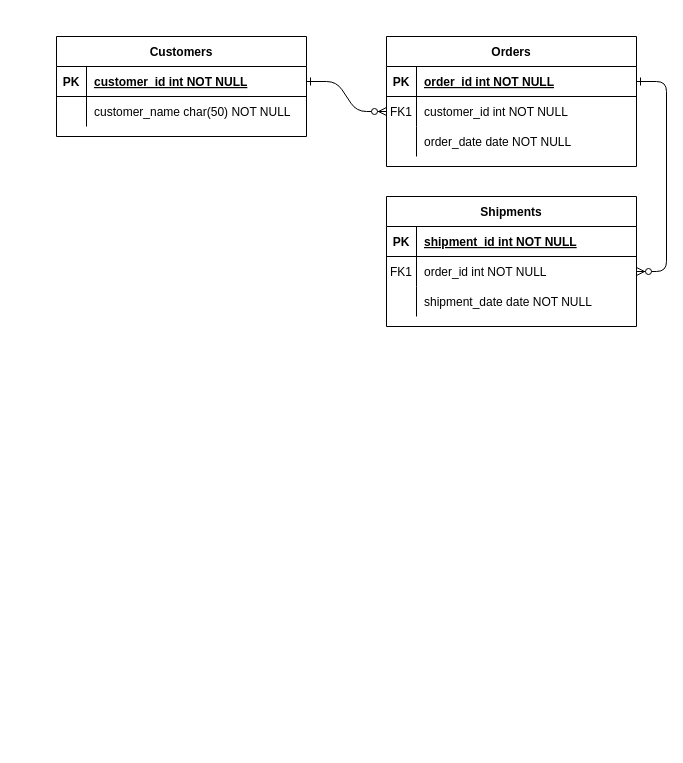
Above: page "Page-1" (1 of 2) of Untitled Diagram.drawio in Emma664/World-population (draw.io), before the change. Source tidied: cells renumbered, new cells numbered last; positions are measured from the earlier drawing's top-left corner, leaving out a move shared by most shapes. Both pictures are drawn from the tidied source at 100%, with x=0, y=0 at pixel (56, 36).
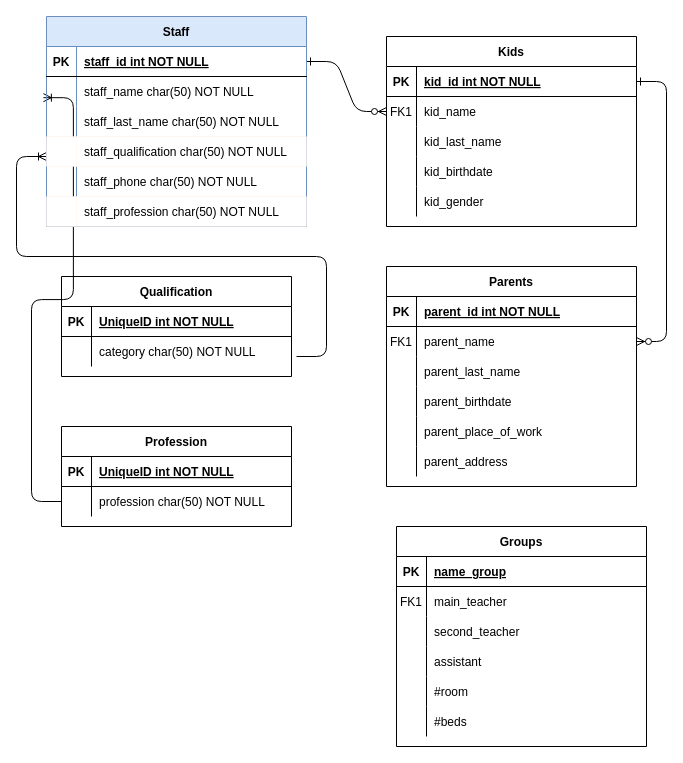
The same page after the edit.

The change refers to these unchanged cells:
```xml
<mxCell id="5" style="shape=partialRectangle;fillColor=none;points=[[0,0.5],[1,0.5]];portConstraint=eastwest;top=0;left=0;right=0;bottom=1;" parent="4" vertex="1">
  <mxGeometry y="30" width="250" height="30" as="geometry" />
</mxCell>
<mxCell id="8" style="shape=partialRectangle;fillColor=none;points=[[0,0.5],[1,0.5]];portConstraint=eastwest;top=0;left=0;right=0;bottom=0;" parent="4" vertex="1">
  <mxGeometry y="60" width="250" height="30" as="geometry" />
</mxCell>
<mxCell id="11" style="shape=partialRectangle;fillColor=none;top=0;left=0;right=0;bottom=0;" parent="4" vertex="1">
  <mxGeometry y="90" width="250" height="30" as="geometry" />
</mxCell>
<mxCell id="15" style="shape=partialRectangle;fillColor=none;top=0;left=0;right=0;bottom=1;" parent="14" vertex="1">
  <mxGeometry y="30" width="250" height="30" as="geometry" />
</mxCell>
<mxCell id="18" style="shape=partialRectangle;fillColor=none;points=[[0,0.5],[1,0.5]];portConstraint=eastwest;top=0;left=0;right=0;bottom=0;" parent="14" vertex="1">
  <mxGeometry y="60" width="250" height="30" as="geometry" />
</mxCell>
<mxCell id="21" style="shape=partialRectangle;fillColor=none;top=0;left=0;right=0;bottom=0;" parent="14" vertex="1">
  <mxGeometry y="90" width="250" height="30" as="geometry" />
</mxCell>
```

What changed in the source:
```diff
@@
-    <mxCell id="4" value="Orders" style="shape=table;startSize=30;childLayout=tableLayout;rowLines=0;fontStyle=1;align=center;" parent="1" vertex="1">
-      <mxGeometry x="330" width="250" height="130" as="geometry" />
+    <mxCell id="4" value="Kids" style="shape=table;startSize=30;childLayout=tableLayout;rowLines=0;fontStyle=1;align=center;" parent="1" vertex="1">
+      <mxGeometry x="330" width="250" height="190" as="geometry" />
     </mxCell>
@@
-    <mxCell id="7" value="order_id int NOT NULL " style="shape=partialRectangle;overflow=hidden;fillColor=none;top=0;left=0;bottom=0;right=0;align=left;spacingLeft=6;fontStyle=5;" parent="5" vertex="1">
+    <mxCell id="7" value="kid_id int NOT NULL " style="shape=partialRectangle;overflow=hidden;fillColor=none;top=0;left=0;bottom=0;right=0;align=left;spacingLeft=6;fontStyle=5;" parent="5" vertex="1">
       <mxGeometry x="30" width="220" height="30" as="geometry" />
     </mxCell>
@@
-    <mxCell id="10" value="customer_id int NOT NULL" style="shape=partialRectangle;overflow=hidden;fillColor=none;top=0;left=0;bottom=0;right=0;align=left;spacingLeft=6;" parent="8" vertex="1">
+    <mxCell id="10" value="kid_name" style="shape=partialRectangle;overflow=hidden;fillColor=none;top=0;left=0;bottom=0;right=0;align=left;spacingLeft=6;" parent="8" vertex="1">
       <mxGeometry x="30" width="220" height="30" as="geometry" />
     </mxCell>
@@
-    <mxCell id="13" value="order_date date NOT NULL" style="shape=partialRectangle;overflow=hidden;fillColor=none;top=0;left=0;bottom=0;right=0;align=left;spacingLeft=6;" parent="11" vertex="1">
+    <mxCell id="13" value="kid_last_name" style="shape=partialRectangle;overflow=hidden;fillColor=none;top=0;left=0;bottom=0;right=0;align=left;spacingLeft=6;" parent="11" vertex="1">
       <mxGeometry x="30" width="220" height="30" as="geometry" />
     </mxCell>
+    <mxCell id="31" style="shape=partialRectangle;fillColor=none;top=0;left=0;right=0;bottom=0;" parent="4" vertex="1">
+      <mxGeometry y="120" width="250" height="30" as="geometry" />
+    </mxCell>
+    <mxCell id="32" style="shape=partialRectangle;overflow=hidden;fillColor=none;top=0;left=0;bottom=0;right=0;" parent="31" vertex="1">
+      <mxGeometry width="30" height="30" as="geometry" />
+    </mxCell>
+    <mxCell id="33" value="kid_birthdate" style="shape=partialRectangle;overflow=hidden;fillColor=none;top=0;left=0;bottom=0;right=0;align=left;spacingLeft=6;" parent="31" vertex="1">
+      <mxGeometry x="30" width="220" height="30" as="geometry" />
+    </mxCell>
+    <mxCell id="34" style="shape=partialRectangle;fillColor=none;top=0;left=0;right=0;bottom=0;" parent="4" vertex="1">
+      <mxGeometry y="150" width="250" height="30" as="geometry" />
+    </mxCell>
+    <mxCell id="35" style="shape=partialRectangle;overflow=hidden;fillColor=none;top=0;left=0;bottom=0;right=0;" parent="34" vertex="1">
+      <mxGeometry width="30" height="30" as="geometry" />
+    </mxCell>
+    <mxCell id="36" value="kid_gender" style="shape=partialRectangle;overflow=hidden;fillColor=none;top=0;left=0;bottom=0;right=0;align=left;spacingLeft=6;" parent="34" vertex="1">
+      <mxGeometry x="30" width="220" height="30" as="geometry" />
+    </mxCell>
+    <mxCell id="37" value="Qualification" style="shape=table;startSize=30;childLayout=tableLayout;rowLines=0;fontStyle=1;align=center;" parent="1" vertex="1">
+      <mxGeometry x="5" y="240" width="230" height="100" as="geometry" />
+    </mxCell>
+    <mxCell id="38" style="shape=partialRectangle;fillColor=none;top=0;left=0;bottom=1;right=0;" parent="37" vertex="1">
+      <mxGeometry y="30" width="230" height="30" as="geometry" />
+    </mxCell>
+    <mxCell id="39" value="PK" style="shape=partialRectangle;fillColor=none;top=0;left=0;bottom=0;right=0;fontStyle=1;overflow=hidden;" parent="38" vertex="1">
+      <mxGeometry width="30" height="30" as="geometry" />
+    </mxCell>
+    <mxCell id="40" value="UniqueID int NOT NULL" style="shape=partialRectangle;fillColor=none;top=0;left=0;bottom=0;right=0;align=left;spacingLeft=6;fontStyle=5;overflow=hidden;" parent="38" vertex="1">
+      <mxGeometry x="30" width="200" height="30" as="geometry" />
+    </mxCell>
+    <mxCell id="41" style="shape=partialRectangle;fillColor=none;top=0;left=0;bottom=0;right=0;" parent="37" vertex="1">
+      <mxGeometry y="60" width="230" height="30" as="geometry" />
+    </mxCell>
+    <mxCell id="42" style="shape=partialRectangle;fillColor=none;top=0;left=0;bottom=0;right=0;overflow=hidden;" parent="41" vertex="1">
+      <mxGeometry width="30" height="30" as="geometry" />
+    </mxCell>
+    <mxCell id="43" value="category char(50) NOT NULL" style="shape=partialRectangle;fillColor=none;top=0;left=0;bottom=0;right=0;align=left;spacingLeft=6;overflow=hidden;" parent="41" vertex="1">
+      <mxGeometry x="30" width="200" height="30" as="geometry" />
+    </mxCell>
+    <mxCell id="44" value="Groups" style="shape=table;startSize=30;childLayout=tableLayout;rowLines=0;fontStyle=1;align=center;" parent="1" vertex="1">
+      <mxGeometry x="340" y="490" width="250" height="220" as="geometry" />
+    </mxCell>
+    <mxCell id="45" style="shape=partialRectangle;fillColor=none;top=0;left=0;right=0;bottom=1;" parent="44" vertex="1">
+      <mxGeometry y="30" width="250" height="30" as="geometry" />
+    </mxCell>
+    <mxCell id="46" value="PK" style="shape=partialRectangle;overflow=hidden;fillColor=none;top=0;left=0;bottom=0;right=0;fontStyle=1;" parent="45" vertex="1">
+      <mxGeometry width="30" height="30" as="geometry" />
+    </mxCell>
+    <mxCell id="47" value="name_group" style="shape=partialRectangle;overflow=hidden;fillColor=none;top=0;left=0;bottom=0;right=0;align=left;spacingLeft=6;fontStyle=5;" parent="45" vertex="1">
+      <mxGeometry x="30" width="220" height="30" as="geometry" />
+    </mxCell>
+    <mxCell id="48" style="shape=partialRectangle;fillColor=none;top=0;left=0;right=0;bottom=0;" parent="44" vertex="1">
+      <mxGeometry y="60" width="250" height="30" as="geometry" />
+    </mxCell>
+    <mxCell id="49" value="FK1" style="shape=partialRectangle;overflow=hidden;fillColor=none;top=0;left=0;bottom=0;right=0;" parent="48" vertex="1">
+      <mxGeometry width="30" height="30" as="geometry" />
+    </mxCell>
+    <mxCell id="50" value="main_teacher" style="shape=partialRectangle;overflow=hidden;fillColor=none;top=0;left=0;bottom=0;right=0;align=left;spacingLeft=6;" parent="48" vertex="1">
+      <mxGeometry x="30" width="220" height="30" as="geometry" />
+    </mxCell>
+    <mxCell id="51" style="shape=partialRectangle;fillColor=none;top=0;left=0;right=0;bottom=0;" parent="44" vertex="1">
+      <mxGeometry y="90" width="250" height="30" as="geometry" />
+    </mxCell>
+    <mxCell id="52" style="shape=partialRectangle;overflow=hidden;fillColor=none;top=0;left=0;bottom=0;right=0;" parent="51" vertex="1">
+      <mxGeometry width="30" height="30" as="geometry" />
+    </mxCell>
+    <mxCell id="53" value="second_teacher" style="shape=partialRectangle;overflow=hidden;fillColor=none;top=0;left=0;bottom=0;right=0;align=left;spacingLeft=6;" parent="51" vertex="1">
+      <mxGeometry x="30" width="220" height="30" as="geometry" />
+    </mxCell>
+    <mxCell id="54" style="shape=partialRectangle;fillColor=none;top=0;left=0;right=0;bottom=0;" parent="44" vertex="1">
+      <mxGeometry y="120" width="250" height="30" as="geometry" />
+    </mxCell>
+    <mxCell id="55" style="shape=partialRectangle;overflow=hidden;fillColor=none;top=0;left=0;bottom=0;right=0;" parent="54" vertex="1">
+      <mxGeometry width="30" height="30" as="geometry" />
+    </mxCell>
+    <mxCell id="56" value="assistant" style="shape=partialRectangle;overflow=hidden;fillColor=none;top=0;left=0;bottom=0;right=0;align=left;spacingLeft=6;" parent="54" vertex="1">
+      <mxGeometry x="30" width="220" height="30" as="geometry" />
+    </mxCell>
+    <mxCell id="57" style="shape=partialRectangle;fillColor=none;top=0;left=0;right=0;bottom=0;" parent="44" vertex="1">
+      <mxGeometry y="150" width="250" height="30" as="geometry" />
+    </mxCell>
+    <mxCell id="58" style="shape=partialRectangle;overflow=hidden;fillColor=none;top=0;left=0;bottom=0;right=0;" parent="57" vertex="1">
+      <mxGeometry width="30" height="30" as="geometry" />
+    </mxCell>
+    <mxCell id="59" value="#room" style="shape=partialRectangle;overflow=hidden;fillColor=none;top=0;left=0;bottom=0;right=0;align=left;spacingLeft=6;" parent="57" vertex="1">
+      <mxGeometry x="30" width="220" height="30" as="geometry" />
+    </mxCell>
+    <mxCell id="60" style="shape=partialRectangle;fillColor=none;top=0;left=0;right=0;bottom=0;" parent="44" vertex="1">
+      <mxGeometry y="180" width="250" height="30" as="geometry" />
+    </mxCell>
+    <mxCell id="61" style="shape=partialRectangle;overflow=hidden;fillColor=none;top=0;left=0;bottom=0;right=0;" parent="60" vertex="1">
+      <mxGeometry width="30" height="30" as="geometry" />
+    </mxCell>
+    <mxCell id="62" value="#beds" style="shape=partialRectangle;overflow=hidden;fillColor=none;top=0;left=0;bottom=0;right=0;align=left;spacingLeft=6;" parent="60" vertex="1">
+      <mxGeometry x="30" width="220" height="30" as="geometry" />
+    </mxCell>
-    <mxCell id="14" value="Shipments" style="shape=table;startSize=30;childLayout=tableLayout;rowLines=0;fontStyle=1;align=center;" parent="1" vertex="1">
-      <mxGeometry x="330" y="160" width="250" height="130" as="geometry" />
+    <mxCell id="14" value="Parents" style="shape=table;startSize=30;childLayout=tableLayout;rowLines=0;fontStyle=1;align=center;" parent="1" vertex="1">
+      <mxGeometry x="330" y="230" width="250" height="220" as="geometry" />
     </mxCell>
@@
-    <mxCell id="17" value="shipment_id int NOT NULL " style="shape=partialRectangle;overflow=hidden;fillColor=none;top=0;left=0;bottom=0;right=0;align=left;spacingLeft=6;fontStyle=5;" parent="15" vertex="1">
+    <mxCell id="17" value="parent_id int NOT NULL " style="shape=partialRectangle;overflow=hidden;fillColor=none;top=0;left=0;bottom=0;right=0;align=left;spacingLeft=6;fontStyle=5;" parent="15" vertex="1">
       <mxGeometry x="30" width="220" height="30" as="geometry" />
     </mxCell>
@@
-    <mxCell id="20" value="order_id int NOT NULL" style="shape=partialRectangle;overflow=hidden;fillColor=none;top=0;left=0;bottom=0;right=0;align=left;spacingLeft=6;" parent="18" vertex="1">
+    <mxCell id="20" value="parent_name" style="shape=partialRectangle;overflow=hidden;fillColor=none;top=0;left=0;bottom=0;right=0;align=left;spacingLeft=6;" parent="18" vertex="1">
       <mxGeometry x="30" width="220" height="30" as="geometry" />
     </mxCell>
@@
-    <mxCell id="23" value="shipment_date date NOT NULL" style="shape=partialRectangle;overflow=hidden;fillColor=none;top=0;left=0;bottom=0;right=0;align=left;spacingLeft=6;" parent="21" vertex="1">
+    <mxCell id="23" value="parent_last_name" style="shape=partialRectangle;overflow=hidden;fillColor=none;top=0;left=0;bottom=0;right=0;align=left;spacingLeft=6;" parent="21" vertex="1">
       <mxGeometry x="30" width="220" height="30" as="geometry" />
     </mxCell>
+    <mxCell id="63" style="shape=partialRectangle;fillColor=none;top=0;left=0;right=0;bottom=0;" parent="14" vertex="1">
+      <mxGeometry y="120" width="250" height="30" as="geometry" />
+    </mxCell>
+    <mxCell id="64" style="shape=partialRectangle;overflow=hidden;fillColor=none;top=0;left=0;bottom=0;right=0;" parent="63" vertex="1">
+      <mxGeometry width="30" height="30" as="geometry" />
+    </mxCell>
+    <mxCell id="65" value="parent_birthdate" style="shape=partialRectangle;overflow=hidden;fillColor=none;top=0;left=0;bottom=0;right=0;align=left;spacingLeft=6;" parent="63" vertex="1">
+      <mxGeometry x="30" width="220" height="30" as="geometry" />
+    </mxCell>
+    <mxCell id="66" style="shape=partialRectangle;fillColor=none;top=0;left=0;right=0;bottom=0;" parent="14" vertex="1">
+      <mxGeometry y="150" width="250" height="30" as="geometry" />
+    </mxCell>
+    <mxCell id="67" style="shape=partialRectangle;overflow=hidden;fillColor=none;top=0;left=0;bottom=0;right=0;" parent="66" vertex="1">
+      <mxGeometry width="30" height="30" as="geometry" />
+    </mxCell>
+    <mxCell id="68" value="parent_place_of_work" style="shape=partialRectangle;overflow=hidden;fillColor=none;top=0;left=0;bottom=0;right=0;align=left;spacingLeft=6;" parent="66" vertex="1">
+      <mxGeometry x="30" width="220" height="30" as="geometry" />
+    </mxCell>
+    <mxCell id="69" style="shape=partialRectangle;fillColor=none;top=0;left=0;right=0;bottom=0;" parent="14" vertex="1">
+      <mxGeometry y="180" width="250" height="30" as="geometry" />
+    </mxCell>
+    <mxCell id="70" style="shape=partialRectangle;overflow=hidden;fillColor=none;top=0;left=0;bottom=0;right=0;" parent="69" vertex="1">
+      <mxGeometry width="30" height="30" as="geometry" />
+    </mxCell>
+    <mxCell id="71" value="parent_address" style="shape=partialRectangle;overflow=hidden;fillColor=none;top=0;left=0;bottom=0;right=0;align=left;spacingLeft=6;" parent="69" vertex="1">
+      <mxGeometry x="30" width="220" height="30" as="geometry" />
+    </mxCell>
+    <mxCell id="72" style="edgeStyle=entityRelationEdgeStyle;fontSize=12;html=1;endArrow=ERoneToMany;" parent="1" edge="1">
+      <mxGeometry relative="1" as="geometry">
+        <mxPoint x="240" y="320" as="sourcePoint" />
+        <mxPoint x="-10" y="120" as="targetPoint" />
+      </mxGeometry>
+    </mxCell>
+    <mxCell id="73" value="Profession" style="shape=table;startSize=30;childLayout=tableLayout;rowLines=0;fontStyle=1;align=center;" parent="1" vertex="1">
+      <mxGeometry x="5" y="390" width="230" height="100" as="geometry" />
+    </mxCell>
+    <mxCell id="74" style="shape=partialRectangle;fillColor=none;top=0;left=0;bottom=1;right=0;" parent="73" vertex="1">
+      <mxGeometry y="30" width="230" height="30" as="geometry" />
+    </mxCell>
+    <mxCell id="75" value="PK" style="shape=partialRectangle;fillColor=none;top=0;left=0;bottom=0;right=0;fontStyle=1;overflow=hidden;" parent="74" vertex="1">
+      <mxGeometry width="30" height="30" as="geometry" />
+    </mxCell>
+    <mxCell id="76" value="UniqueID int NOT NULL" style="shape=partialRectangle;fillColor=none;top=0;left=0;bottom=0;right=0;align=left;spacingLeft=6;fontStyle=5;overflow=hidden;" parent="74" vertex="1">
+      <mxGeometry x="30" width="200" height="30" as="geometry" />
+    </mxCell>
+    <mxCell id="77" style="shape=partialRectangle;fillColor=none;top=0;left=0;bottom=0;right=0;points=[[0,0.5],[1,0.5]];portConstraint=eastwest;" parent="73" vertex="1">
+      <mxGeometry y="60" width="230" height="30" as="geometry" />
+    </mxCell>
+    <mxCell id="78" style="shape=partialRectangle;fillColor=none;top=0;left=0;bottom=0;right=0;overflow=hidden;" parent="77" vertex="1">
+      <mxGeometry width="30" height="30" as="geometry" />
+    </mxCell>
+    <mxCell id="79" value="profession char(50) NOT NULL" style="shape=partialRectangle;fillColor=none;top=0;left=0;bottom=0;right=0;align=left;spacingLeft=6;overflow=hidden;" parent="77" vertex="1">
+      <mxGeometry x="30" width="200" height="30" as="geometry" />
+    </mxCell>
+    <mxCell id="80" style="edgeStyle=entityRelationEdgeStyle;fontSize=12;html=1;endArrow=ERoneToMany;entryX=-0.012;entryY=0.706;entryDx=0;entryDy=0;entryPerimeter=0;" parent="1" edge="1" source="77" target="28">
+      <mxGeometry relative="1" as="geometry" />
+    </mxCell>
-    <mxCell id="24" value="Customers" style="shape=table;startSize=30;childLayout=tableLayout;rowLines=0;fontStyle=1;align=center;" parent="1" vertex="1">
-      <mxGeometry width="250" height="100" as="geometry" />
+    <mxCell id="24" value="Staff" style="shape=table;startSize=30;childLayout=tableLayout;rowLines=0;fontStyle=1;align=center;fillColor=#dae8fc;strokeColor=#6c8ebf;" parent="1" vertex="1">
+      <mxGeometry x="-10" y="-20" width="260" height="210" as="geometry" />
     </mxCell>
     <mxCell id="25" style="shape=partialRectangle;fillColor=none;points=[[0,0.5],[1,0.5]];portConstraint=eastwest;top=0;left=0;right=0;bottom=1;" parent="24" vertex="1">
-      <mxGeometry y="30" width="250" height="30" as="geometry" />
+      <mxGeometry y="30" width="260" height="30" as="geometry" />
     </mxCell>
@@
-    <mxCell id="27" value="customer_id int NOT NULL " style="shape=partialRectangle;overflow=hidden;fillColor=none;top=0;left=0;bottom=0;right=0;align=left;spacingLeft=6;fontStyle=5;" parent="25" vertex="1">
-      <mxGeometry x="30" width="220" height="30" as="geometry" />
+    <mxCell id="27" value="staff_id int NOT NULL " style="shape=partialRectangle;overflow=hidden;fillColor=none;top=0;left=0;bottom=0;right=0;align=left;spacingLeft=6;fontStyle=5;" parent="25" vertex="1">
+      <mxGeometry x="30" width="230" height="30" as="geometry" />
     </mxCell>
     <mxCell id="28" style="shape=partialRectangle;fillColor=none;points=[[0,0.5],[1,0.5]];portConstraint=eastwest;top=0;left=0;right=0;bottom=0;" parent="24" vertex="1">
-      <mxGeometry y="60" width="250" height="30" as="geometry" />
+      <mxGeometry y="60" width="260" height="30" as="geometry" />
     </mxCell>
@@
-    <mxCell id="30" value="customer_name char(50) NOT NULL" style="shape=partialRectangle;overflow=hidden;fillColor=none;top=0;left=0;bottom=0;right=0;align=left;spacingLeft=6;" parent="28" vertex="1">
-      <mxGeometry x="30" width="220" height="30" as="geometry" />
+    <mxCell id="30" value="staff_name char(50) NOT NULL" style="shape=partialRectangle;overflow=hidden;fillColor=none;top=0;left=0;bottom=0;right=0;align=left;spacingLeft=6;" parent="28" vertex="1">
+      <mxGeometry x="30" width="230" height="30" as="geometry" />
     </mxCell>
+    <mxCell id="81" style="shape=partialRectangle;fillColor=none;top=0;left=0;right=0;bottom=0;" parent="24" vertex="1">
+      <mxGeometry y="90" width="260" height="30" as="geometry" />
+    </mxCell>
+    <mxCell id="82" style="shape=partialRectangle;overflow=hidden;fillColor=none;top=0;left=0;bottom=0;right=0;" parent="81" vertex="1">
+      <mxGeometry width="30" height="30" as="geometry" />
+    </mxCell>
+    <mxCell id="83" value="staff_last_name char(50) NOT NULL" style="shape=partialRectangle;overflow=hidden;fillColor=none;top=0;left=0;bottom=0;right=0;align=left;spacingLeft=6;" parent="81" vertex="1">
+      <mxGeometry x="30" width="230" height="30" as="geometry" />
+    </mxCell>
+    <mxCell id="84" style="shape=partialRectangle;fillColor=#ffe6cc;top=0;left=0;right=0;bottom=0;strokeColor=#d79b00;" parent="24" vertex="1">
+      <mxGeometry y="120" width="260" height="30" as="geometry" />
+    </mxCell>
+    <mxCell id="85" style="shape=partialRectangle;overflow=hidden;top=0;left=0;bottom=0;right=0;" parent="84" vertex="1">
+      <mxGeometry width="30" height="30" as="geometry" />
+    </mxCell>
+    <mxCell id="86" value="staff_qualification char(50) NOT NULL" style="shape=partialRectangle;overflow=hidden;top=0;left=0;bottom=0;right=0;align=left;spacingLeft=6;" parent="84" vertex="1">
+      <mxGeometry x="30" width="230" height="30" as="geometry" />
+    </mxCell>
+    <mxCell id="87" style="shape=partialRectangle;fillColor=none;top=0;left=0;right=0;bottom=0;" parent="24" vertex="1">
+      <mxGeometry y="150" width="260" height="30" as="geometry" />
+    </mxCell>
+    <mxCell id="88" style="shape=partialRectangle;overflow=hidden;fillColor=none;top=0;left=0;bottom=0;right=0;" parent="87" vertex="1">
+      <mxGeometry width="30" height="30" as="geometry" />
+    </mxCell>
+    <mxCell id="89" value="staff_phone char(50) NOT NULL" style="shape=partialRectangle;overflow=hidden;fillColor=none;top=0;left=0;bottom=0;right=0;align=left;spacingLeft=6;" parent="87" vertex="1">
+      <mxGeometry x="30" width="230" height="30" as="geometry" />
+    </mxCell>
+    <mxCell id="90" style="shape=partialRectangle;fillColor=#ffe6cc;top=0;left=0;right=0;bottom=0;strokeColor=#d79b00;" parent="24" vertex="1">
+      <mxGeometry y="180" width="260" height="30" as="geometry" />
+    </mxCell>
+    <mxCell id="91" style="shape=partialRectangle;overflow=hidden;top=0;left=0;bottom=0;right=0;" parent="90" vertex="1">
+      <mxGeometry width="30" height="30" as="geometry" />
+    </mxCell>
+    <mxCell id="92" value="staff_profession char(50) NOT NULL" style="shape=partialRectangle;overflow=hidden;top=0;left=0;bottom=0;right=0;align=left;spacingLeft=6;" parent="90" vertex="1">
+      <mxGeometry x="30" width="230" height="30" as="geometry" />
+    </mxCell>
```
